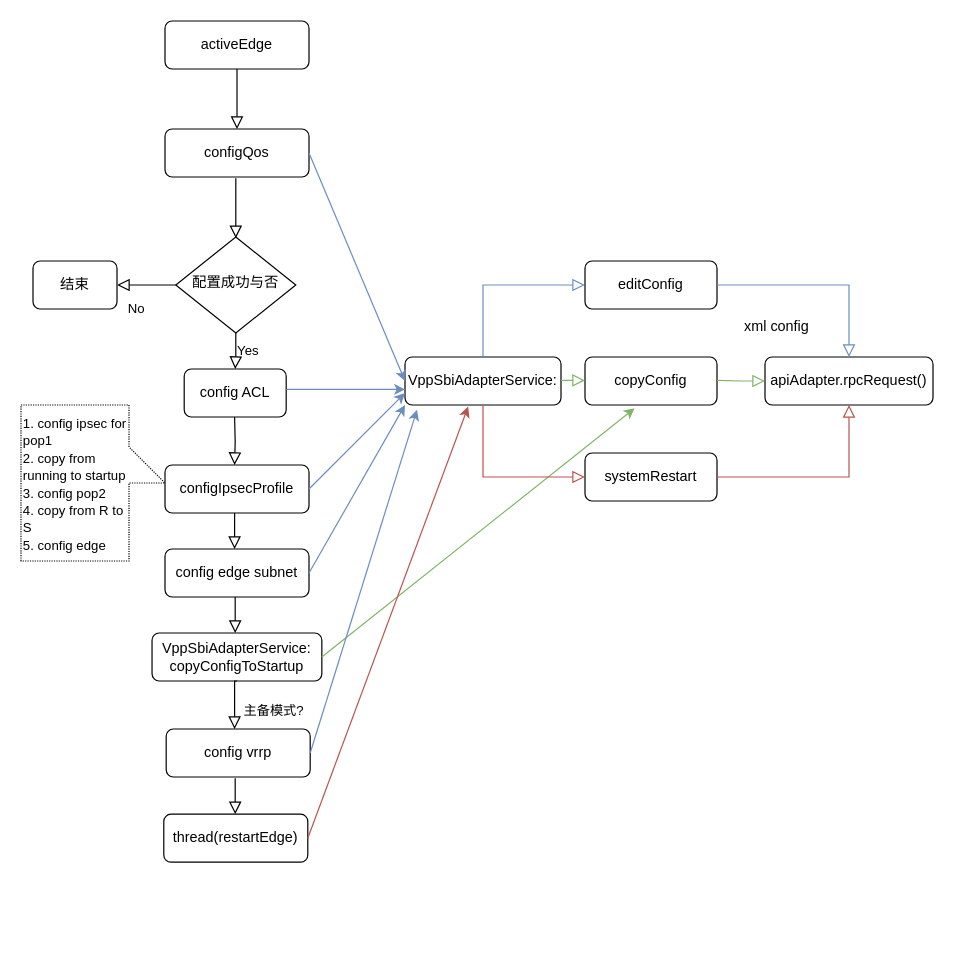
wenchma/diagram keeps this draw.io diagram as active-edge.drawio. Above is the earlier version. Source tidied: cells renumbered, new cells numbered last; positions are measured from the earlier drawing's top-left corner, leaving out a move shared by most shapes. Both pictures are drawn from the tidied source at 120%, with x=0, y=0 at pixel (14, 20).
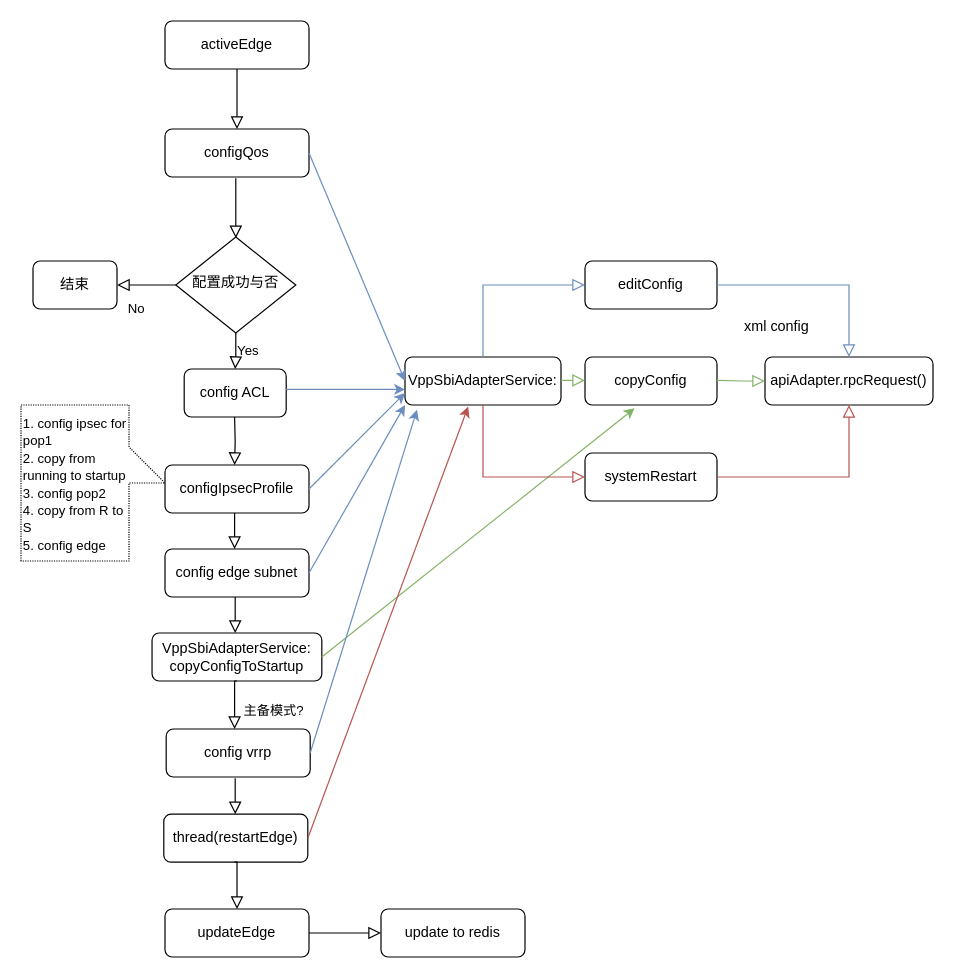
The same page after the edit.

Change to the diagram source:
```diff
@@
+    <mxCell id="43" value="updateEdge" style="rounded=1;whiteSpace=wrap;html=1;fontSize=12;glass=0;strokeWidth=1;shadow=0;" parent="1" vertex="1">
+      <mxGeometry x="125" y="740" width="120" height="40" as="geometry" />
+    </mxCell>
+    <mxCell id="44" value="update to redis" style="rounded=1;whiteSpace=wrap;html=1;fontSize=12;glass=0;strokeWidth=1;shadow=0;" parent="1" vertex="1">
+      <mxGeometry x="305" y="740" width="120" height="40" as="geometry" />
+    </mxCell>
+    <mxCell id="45" style="rounded=0;html=1;jettySize=auto;fontSize=11;endArrow=block;endFill=0;endSize=8;strokeWidth=1;shadow=0;labelBackgroundColor=none;edgeStyle=orthogonalEdgeStyle;entryX=0.5;entryY=0;entryDx=0;entryDy=0;" parent="1" edge="1" target="43">
+      <mxGeometry relative="1" as="geometry">
+        <mxPoint x="183" y="701" as="sourcePoint" />
+      </mxGeometry>
+    </mxCell>
+    <mxCell id="46" style="rounded=0;html=1;jettySize=auto;fontSize=11;endArrow=block;endFill=0;endSize=8;strokeWidth=1;shadow=0;labelBackgroundColor=none;edgeStyle=orthogonalEdgeStyle;exitX=1;exitY=0.5;exitDx=0;exitDy=0;entryX=0;entryY=0.5;entryDx=0;entryDy=0;" parent="1" edge="1" source="43" target="44">
+      <mxGeometry relative="1" as="geometry" />
+    </mxCell>
```
